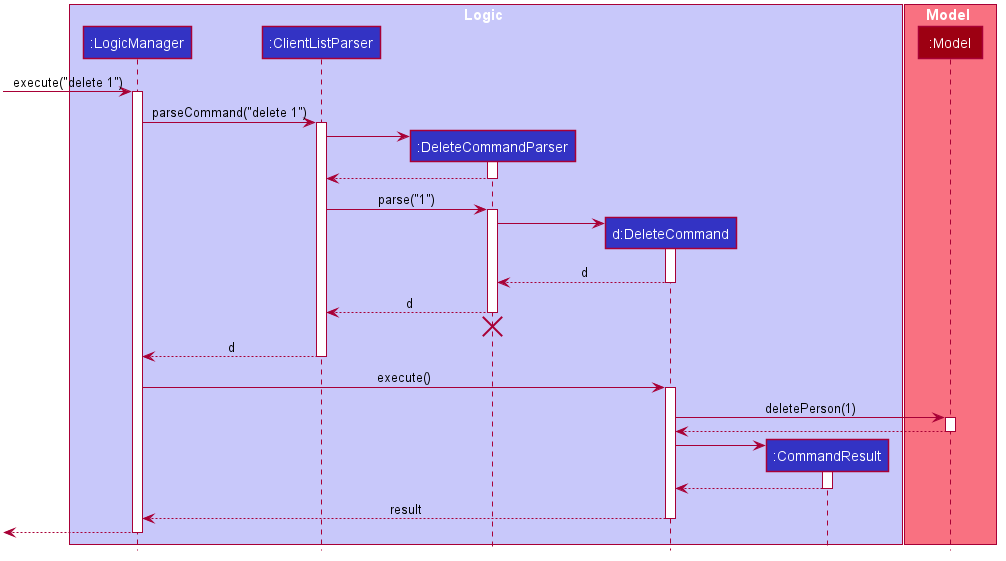
This is docs/images/DeleteSequenceDiagram.png from nus-cs2103-AY2021S1/tp, a PlantUML export, as it was before one commit.
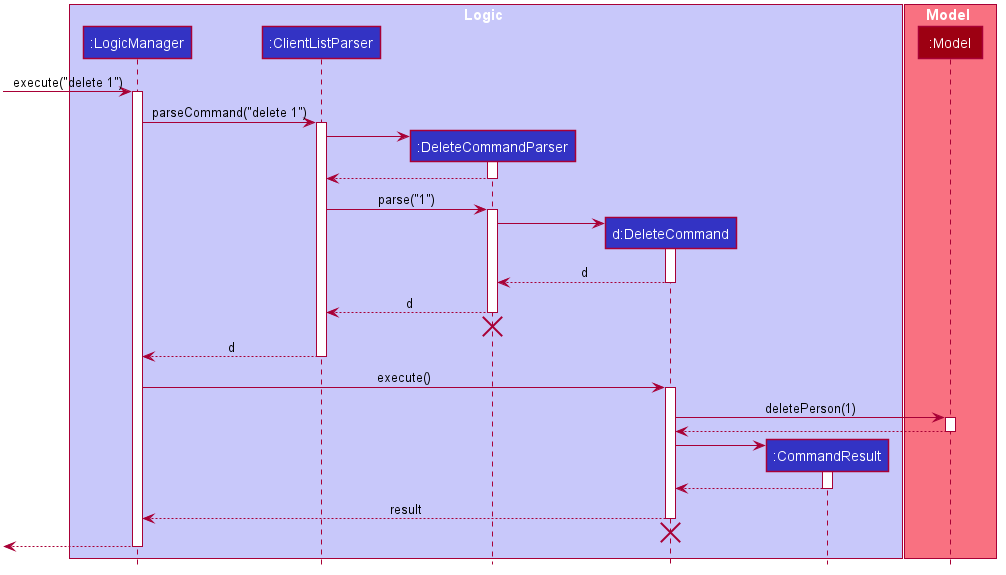
The same file after the commit.

Commit message:
Small updates on developerguide(not complete, need to settle code quality). Edited DeleteSequence.

Diff of the diagram source:
```diff
@@ -83,6 +83,7 @@
 DeleteCommand --> DeleteCommandParser : d
 deactivate DeleteCommand
 
+
 DeleteCommandParser --> ClientListParser : d
 deactivate DeleteCommandParser
 DeleteCommandParser -[hidden]-> ClientListParser
@@ -109,6 +110,8 @@
 
 DeleteCommand --> LogicManager : result
 deactivate DeleteCommand
+DeleteCommand -[hidden]-> LogicManager
+destroy DeleteCommand
 
 [<--LogicManager
 deactivate LogicManager
```
